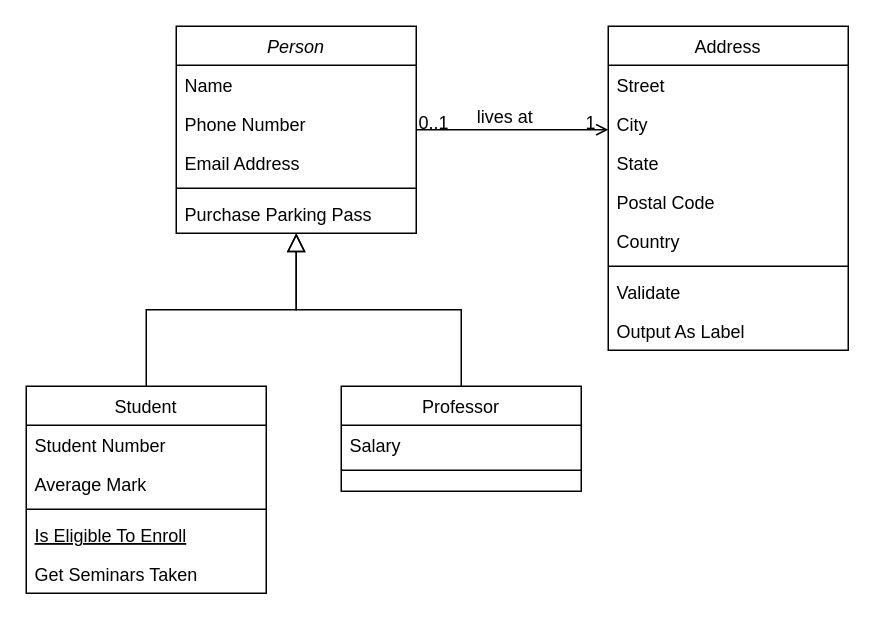
sabbour-git/DB-ERD keeps this draw.io diagram as Untitled Diagram.drawio. Above is the earlier version. Source tidied: cells renumbered, new cells numbered last; positions are measured from the earlier drawing's top-left corner, leaving out a move shared by most shapes. Both pictures are drawn from the tidied source at 150%, with x=0, y=0 at pixel (26, 26).
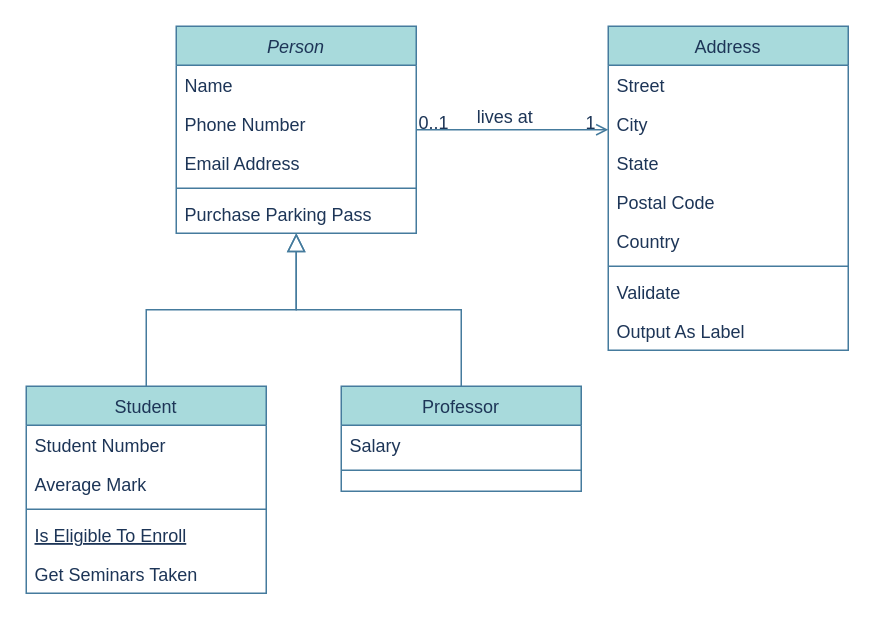
Above is the later version.

Diff of the diagram source:
```diff
@@
-    <mxCell id="2" value="Person" style="swimlane;fontStyle=2;align=center;verticalAlign=top;horizontal=1;startSize=26;rounded=0;shadow=0;strokeWidth=1;" parent="1" vertex="1">
+    <mxCell id="2" value="Person" style="swimlane;fontStyle=2;align=center;verticalAlign=top;horizontal=1;startSize=26;rounded=0;shadow=0;strokeWidth=1;labelBackgroundColor=none;fillColor=#A8DADC;strokeColor=#457B9D;fontColor=#1D3557;" parent="1" vertex="1">
       <mxGeometry x="100" width="160" height="138" as="geometry" />
     </mxCell>
-    <mxCell id="3" value="Name" style="text;align=left;verticalAlign=top;spacingLeft=4;spacingRight=4;overflow=hidden;" parent="2" vertex="1">
+    <mxCell id="3" value="Name" style="text;align=left;verticalAlign=top;spacingLeft=4;spacingRight=4;overflow=hidden;labelBackgroundColor=none;fontColor=#1D3557;" parent="2" vertex="1">
       <mxGeometry y="26" width="160" height="26" as="geometry" />
     </mxCell>
-    <mxCell id="4" value="Phone Number" style="text;align=left;verticalAlign=top;spacingLeft=4;spacingRight=4;overflow=hidden;rounded=0;shadow=0;html=0;" parent="2" vertex="1">
+    <mxCell id="4" value="Phone Number" style="text;align=left;verticalAlign=top;spacingLeft=4;spacingRight=4;overflow=hidden;rounded=0;shadow=0;html=0;labelBackgroundColor=none;fontColor=#1D3557;" parent="2" vertex="1">
       <mxGeometry y="52" width="160" height="26" as="geometry" />
     </mxCell>
-    <mxCell id="5" value="Email Address" style="text;align=left;verticalAlign=top;spacingLeft=4;spacingRight=4;overflow=hidden;rounded=0;shadow=0;html=0;" parent="2" vertex="1">
+    <mxCell id="5" value="Email Address" style="text;align=left;verticalAlign=top;spacingLeft=4;spacingRight=4;overflow=hidden;rounded=0;shadow=0;html=0;labelBackgroundColor=none;fontColor=#1D3557;" parent="2" vertex="1">
       <mxGeometry y="78" width="160" height="26" as="geometry" />
     </mxCell>
-    <mxCell id="6" style="line;html=1;strokeWidth=1;align=left;verticalAlign=middle;spacingTop=-1;spacingLeft=3;spacingRight=3;labelPosition=right;" parent="2" vertex="1">
+    <mxCell id="6" style="line;html=1;strokeWidth=1;align=left;verticalAlign=middle;spacingTop=-1;spacingLeft=3;spacingRight=3;labelPosition=right;labelBackgroundColor=none;fillColor=#A8DADC;strokeColor=#457B9D;fontColor=#1D3557;" parent="2" vertex="1">
       <mxGeometry y="104" width="160" height="8" as="geometry" />
     </mxCell>
-    <mxCell id="7" value="Purchase Parking Pass" style="text;align=left;verticalAlign=top;spacingLeft=4;spacingRight=4;overflow=hidden;" parent="2" vertex="1">
+    <mxCell id="7" value="Purchase Parking Pass" style="text;align=left;verticalAlign=top;spacingLeft=4;spacingRight=4;overflow=hidden;labelBackgroundColor=none;fontColor=#1D3557;" parent="2" vertex="1">
       <mxGeometry y="112" width="160" height="26" as="geometry" />
     </mxCell>
-    <mxCell id="8" value="Student" style="swimlane;fontStyle=0;align=center;verticalAlign=top;horizontal=1;startSize=26;rounded=0;shadow=0;strokeWidth=1;" parent="1" vertex="1">
+    <mxCell id="8" value="Student" style="swimlane;fontStyle=0;align=center;verticalAlign=top;horizontal=1;startSize=26;rounded=0;shadow=0;strokeWidth=1;labelBackgroundColor=none;fillColor=#A8DADC;strokeColor=#457B9D;fontColor=#1D3557;" parent="1" vertex="1">
       <mxGeometry y="240" width="160" height="138" as="geometry" />
     </mxCell>
-    <mxCell id="9" value="Student Number" style="text;align=left;verticalAlign=top;spacingLeft=4;spacingRight=4;overflow=hidden;" parent="8" vertex="1">
+    <mxCell id="9" value="Student Number" style="text;align=left;verticalAlign=top;spacingLeft=4;spacingRight=4;overflow=hidden;labelBackgroundColor=none;fontColor=#1D3557;" parent="8" vertex="1">
       <mxGeometry y="26" width="160" height="26" as="geometry" />
     </mxCell>
-    <mxCell id="10" value="Average Mark" style="text;align=left;verticalAlign=top;spacingLeft=4;spacingRight=4;overflow=hidden;rounded=0;shadow=0;html=0;" parent="8" vertex="1">
+    <mxCell id="10" value="Average Mark" style="text;align=left;verticalAlign=top;spacingLeft=4;spacingRight=4;overflow=hidden;rounded=0;shadow=0;html=0;labelBackgroundColor=none;fontColor=#1D3557;" parent="8" vertex="1">
       <mxGeometry y="52" width="160" height="26" as="geometry" />
     </mxCell>
-    <mxCell id="11" style="line;html=1;strokeWidth=1;align=left;verticalAlign=middle;spacingTop=-1;spacingLeft=3;spacingRight=3;labelPosition=right;" parent="8" vertex="1">
+    <mxCell id="11" style="line;html=1;strokeWidth=1;align=left;verticalAlign=middle;spacingTop=-1;spacingLeft=3;spacingRight=3;labelPosition=right;labelBackgroundColor=none;fillColor=#A8DADC;strokeColor=#457B9D;fontColor=#1D3557;" parent="8" vertex="1">
       <mxGeometry y="78" width="160" height="8" as="geometry" />
     </mxCell>
-    <mxCell id="12" value="Is Eligible To Enroll" style="text;align=left;verticalAlign=top;spacingLeft=4;spacingRight=4;overflow=hidden;fontStyle=4;" parent="8" vertex="1">
+    <mxCell id="12" value="Is Eligible To Enroll" style="text;align=left;verticalAlign=top;spacingLeft=4;spacingRight=4;overflow=hidden;fontStyle=4;labelBackgroundColor=none;fontColor=#1D3557;" parent="8" vertex="1">
       <mxGeometry y="86" width="160" height="26" as="geometry" />
     </mxCell>
-    <mxCell id="13" value="Get Seminars Taken" style="text;align=left;verticalAlign=top;spacingLeft=4;spacingRight=4;overflow=hidden;" parent="8" vertex="1">
+    <mxCell id="13" value="Get Seminars Taken" style="text;align=left;verticalAlign=top;spacingLeft=4;spacingRight=4;overflow=hidden;labelBackgroundColor=none;fontColor=#1D3557;" parent="8" vertex="1">
       <mxGeometry y="112" width="160" height="26" as="geometry" />
     </mxCell>
-    <mxCell id="14" style="endArrow=block;endSize=10;endFill=0;shadow=0;strokeWidth=1;rounded=0;curved=0;edgeStyle=elbowEdgeStyle;elbow=vertical;" parent="1" edge="1" source="8" target="2">
+    <mxCell id="14" style="endArrow=block;endSize=10;endFill=0;shadow=0;strokeWidth=1;rounded=0;curved=0;edgeStyle=elbowEdgeStyle;elbow=vertical;labelBackgroundColor=none;strokeColor=#457B9D;fontColor=default;" parent="1" edge="1" source="8" target="2">
       <mxGeometry relative="1" as="geometry" />
     </mxCell>
-    <mxCell id="15" value="Professor" style="swimlane;fontStyle=0;align=center;verticalAlign=top;horizontal=1;startSize=26;rounded=0;shadow=0;strokeWidth=1;" parent="1" vertex="1">
+    <mxCell id="15" value="Professor" style="swimlane;fontStyle=0;align=center;verticalAlign=top;horizontal=1;startSize=26;rounded=0;shadow=0;strokeWidth=1;labelBackgroundColor=none;fillColor=#A8DADC;strokeColor=#457B9D;fontColor=#1D3557;" parent="1" vertex="1">
       <mxGeometry x="210" y="240" width="160" height="70" as="geometry" />
     </mxCell>
-    <mxCell id="16" value="Salary" style="text;align=left;verticalAlign=top;spacingLeft=4;spacingRight=4;overflow=hidden;" parent="15" vertex="1">
+    <mxCell id="16" value="Salary" style="text;align=left;verticalAlign=top;spacingLeft=4;spacingRight=4;overflow=hidden;labelBackgroundColor=none;fontColor=#1D3557;" parent="15" vertex="1">
       <mxGeometry y="26" width="160" height="26" as="geometry" />
     </mxCell>
-    <mxCell id="17" style="line;html=1;strokeWidth=1;align=left;verticalAlign=middle;spacingTop=-1;spacingLeft=3;spacingRight=3;labelPosition=right;" parent="15" vertex="1">
+    <mxCell id="17" style="line;html=1;strokeWidth=1;align=left;verticalAlign=middle;spacingTop=-1;spacingLeft=3;spacingRight=3;labelPosition=right;labelBackgroundColor=none;fillColor=#A8DADC;strokeColor=#457B9D;fontColor=#1D3557;" parent="15" vertex="1">
       <mxGeometry y="52" width="160" height="8" as="geometry" />
     </mxCell>
-    <mxCell id="18" style="endArrow=block;endSize=10;endFill=0;shadow=0;strokeWidth=1;rounded=0;curved=0;edgeStyle=elbowEdgeStyle;elbow=vertical;" parent="1" edge="1" source="15" target="2">
+    <mxCell id="18" style="endArrow=block;endSize=10;endFill=0;shadow=0;strokeWidth=1;rounded=0;curved=0;edgeStyle=elbowEdgeStyle;elbow=vertical;labelBackgroundColor=none;strokeColor=#457B9D;fontColor=default;" parent="1" edge="1" source="15" target="2">
       <mxGeometry relative="1" as="geometry" />
     </mxCell>
-    <mxCell id="19" value="Address" style="swimlane;fontStyle=0;align=center;verticalAlign=top;horizontal=1;startSize=26;rounded=0;shadow=0;strokeWidth=1;" parent="1" vertex="1">
+    <mxCell id="19" value="Address" style="swimlane;fontStyle=0;align=center;verticalAlign=top;horizontal=1;startSize=26;rounded=0;shadow=0;strokeWidth=1;labelBackgroundColor=none;fillColor=#A8DADC;strokeColor=#457B9D;fontColor=#1D3557;" parent="1" vertex="1">
       <mxGeometry x="388" width="160" height="216" as="geometry" />
     </mxCell>
-    <mxCell id="20" value="Street" style="text;align=left;verticalAlign=top;spacingLeft=4;spacingRight=4;overflow=hidden;" parent="19" vertex="1">
+    <mxCell id="20" value="Street" style="text;align=left;verticalAlign=top;spacingLeft=4;spacingRight=4;overflow=hidden;labelBackgroundColor=none;fontColor=#1D3557;" parent="19" vertex="1">
       <mxGeometry y="26" width="160" height="26" as="geometry" />
     </mxCell>
-    <mxCell id="21" value="City" style="text;align=left;verticalAlign=top;spacingLeft=4;spacingRight=4;overflow=hidden;rounded=0;shadow=0;html=0;" parent="19" vertex="1">
+    <mxCell id="21" value="City" style="text;align=left;verticalAlign=top;spacingLeft=4;spacingRight=4;overflow=hidden;rounded=0;shadow=0;html=0;labelBackgroundColor=none;fontColor=#1D3557;" parent="19" vertex="1">
       <mxGeometry y="52" width="160" height="26" as="geometry" />
     </mxCell>
-    <mxCell id="22" value="State" style="text;align=left;verticalAlign=top;spacingLeft=4;spacingRight=4;overflow=hidden;rounded=0;shadow=0;html=0;" parent="19" vertex="1">
+    <mxCell id="22" value="State" style="text;align=left;verticalAlign=top;spacingLeft=4;spacingRight=4;overflow=hidden;rounded=0;shadow=0;html=0;labelBackgroundColor=none;fontColor=#1D3557;" parent="19" vertex="1">
       <mxGeometry y="78" width="160" height="26" as="geometry" />
     </mxCell>
-    <mxCell id="23" value="Postal Code" style="text;align=left;verticalAlign=top;spacingLeft=4;spacingRight=4;overflow=hidden;rounded=0;shadow=0;html=0;" parent="19" vertex="1">
+    <mxCell id="23" value="Postal Code" style="text;align=left;verticalAlign=top;spacingLeft=4;spacingRight=4;overflow=hidden;rounded=0;shadow=0;html=0;labelBackgroundColor=none;fontColor=#1D3557;" parent="19" vertex="1">
       <mxGeometry y="104" width="160" height="26" as="geometry" />
     </mxCell>
-    <mxCell id="24" value="Country" style="text;align=left;verticalAlign=top;spacingLeft=4;spacingRight=4;overflow=hidden;rounded=0;shadow=0;html=0;" parent="19" vertex="1">
+    <mxCell id="24" value="Country" style="text;align=left;verticalAlign=top;spacingLeft=4;spacingRight=4;overflow=hidden;rounded=0;shadow=0;html=0;labelBackgroundColor=none;fontColor=#1D3557;" parent="19" vertex="1">
       <mxGeometry y="130" width="160" height="26" as="geometry" />
     </mxCell>
-    <mxCell id="25" style="line;html=1;strokeWidth=1;align=left;verticalAlign=middle;spacingTop=-1;spacingLeft=3;spacingRight=3;labelPosition=right;" parent="19" vertex="1">
+    <mxCell id="25" style="line;html=1;strokeWidth=1;align=left;verticalAlign=middle;spacingTop=-1;spacingLeft=3;spacingRight=3;labelPosition=right;labelBackgroundColor=none;fillColor=#A8DADC;strokeColor=#457B9D;fontColor=#1D3557;" parent="19" vertex="1">
       <mxGeometry y="156" width="160" height="8" as="geometry" />
     </mxCell>
-    <mxCell id="26" value="Validate" style="text;align=left;verticalAlign=top;spacingLeft=4;spacingRight=4;overflow=hidden;" parent="19" vertex="1">
+    <mxCell id="26" value="Validate" style="text;align=left;verticalAlign=top;spacingLeft=4;spacingRight=4;overflow=hidden;labelBackgroundColor=none;fontColor=#1D3557;" parent="19" vertex="1">
       <mxGeometry y="164" width="160" height="26" as="geometry" />
     </mxCell>
-    <mxCell id="27" value="Output As Label" style="text;align=left;verticalAlign=top;spacingLeft=4;spacingRight=4;overflow=hidden;" parent="19" vertex="1">
+    <mxCell id="27" value="Output As Label" style="text;align=left;verticalAlign=top;spacingLeft=4;spacingRight=4;overflow=hidden;labelBackgroundColor=none;fontColor=#1D3557;" parent="19" vertex="1">
       <mxGeometry y="190" width="160" height="26" as="geometry" />
     </mxCell>
-    <mxCell id="28" style="endArrow=open;shadow=0;strokeWidth=1;rounded=0;curved=0;endFill=1;edgeStyle=elbowEdgeStyle;elbow=vertical;" parent="1" edge="1" source="2" target="19">
+    <mxCell id="28" style="endArrow=open;shadow=0;strokeWidth=1;rounded=0;curved=0;endFill=1;edgeStyle=elbowEdgeStyle;elbow=vertical;labelBackgroundColor=none;strokeColor=#457B9D;fontColor=default;" parent="1" edge="1" source="2" target="19">
       <mxGeometry x="0.5" y="41" relative="1" as="geometry">
         <mxPoint x="-40" y="32" as="offset" />
       </mxGeometry>
     </mxCell>
-    <mxCell id="29" value="0..1" style="align=left;verticalAlign=bottom;labelBackgroundColor=none;fontSize=12;" parent="28" vertex="1">
+    <mxCell id="29" value="0..1" style="align=left;verticalAlign=bottom;labelBackgroundColor=none;fontSize=12;fillColor=#A8DADC;strokeColor=#457B9D;fontColor=#1D3557;" parent="28" vertex="1">
       <mxGeometry x="-1" relative="1" as="geometry">
         <mxPoint y="4" as="offset" />
       </mxGeometry>
     </mxCell>
-    <mxCell id="30" value="1" style="align=right;verticalAlign=bottom;labelBackgroundColor=none;fontSize=12;" parent="28" vertex="1">
+    <mxCell id="30" value="1" style="align=right;verticalAlign=bottom;labelBackgroundColor=none;fontSize=12;fillColor=#A8DADC;strokeColor=#457B9D;fontColor=#1D3557;" parent="28" vertex="1">
       <mxGeometry x="1" relative="1" as="geometry">
         <mxPoint x="-7" y="4" as="offset" />
       </mxGeometry>
     </mxCell>
-    <mxCell id="31" value="lives at" style="text;html=1;align=center;verticalAlign=middle;labelBackgroundColor=none;rounded=0;shadow=0;strokeWidth=1;fontSize=12;" parent="28" vertex="1">
+    <mxCell id="31" value="lives at" style="text;html=1;align=center;verticalAlign=middle;labelBackgroundColor=none;rounded=0;shadow=0;strokeWidth=1;fontSize=12;fontColor=#1D3557;" parent="28" vertex="1">
       <mxGeometry x="0.5" y="49" relative="1" as="geometry">
         <mxPoint x="-38" y="40" as="offset" />
       </mxGeometry>
     </mxCell>
```
